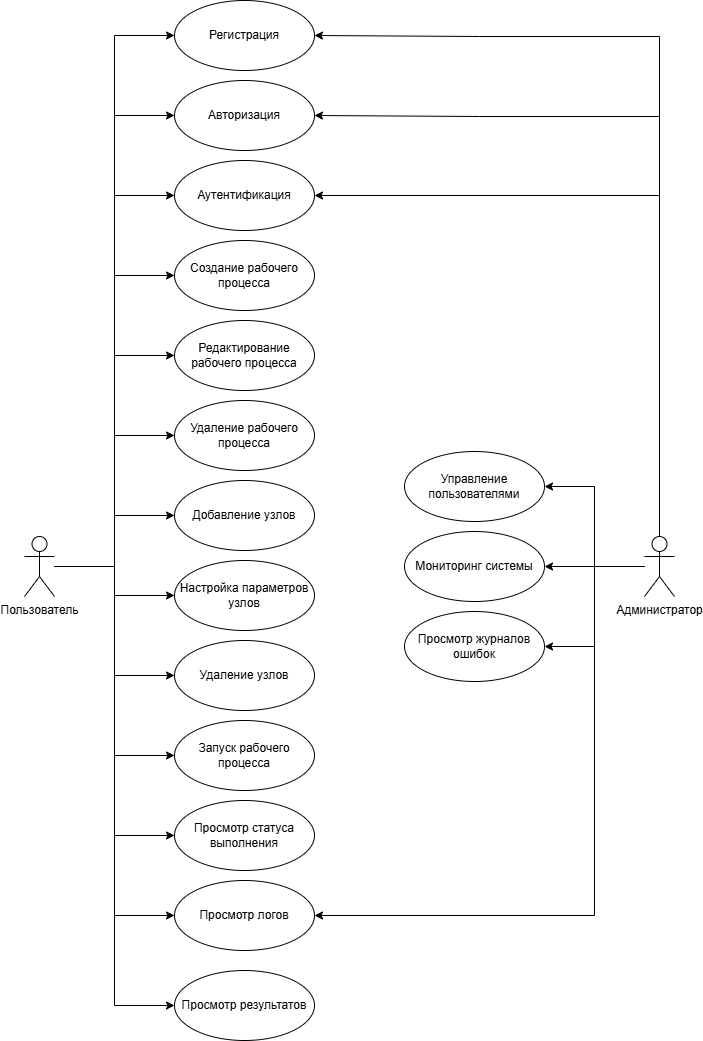
This is docs/UML_use_case.png from Michail19/FlowAct, a draw.io export, as it was before one commit. Source tidied: cells renumbered, new cells last; positions are measured from the earlier drawing's top-left corner, leaving out a move shared by most shapes.
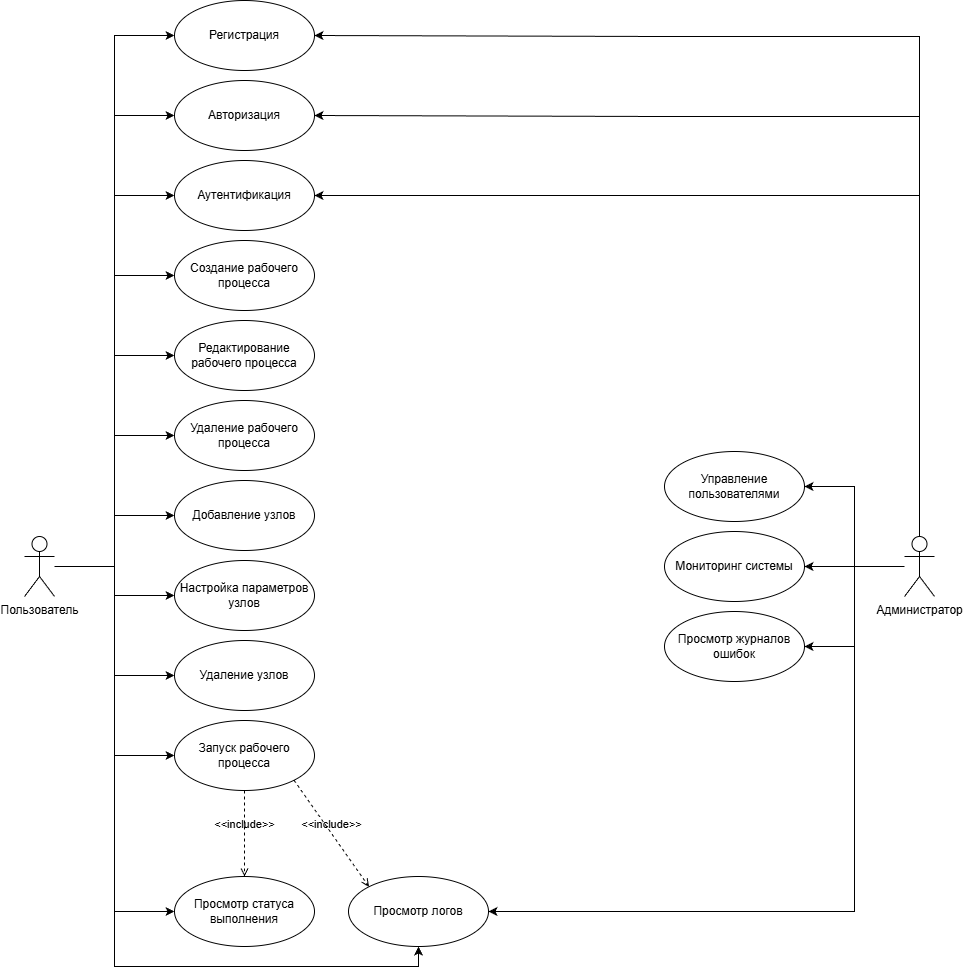
The same diagram one commit later.

What changed in the source:
```diff
@@ -35,12 +35,15 @@
     <mxCell id="12" style="edgeStyle=orthogonalEdgeStyle;rounded=0;jettySize=auto;html=1;entryX=0;entryY=0.5;entryDx=0;entryDy=0;" parent="1" edge="1" source="15" target="26">
       <mxGeometry relative="1" as="geometry" />
     </mxCell>
-    <mxCell id="13" style="edgeStyle=orthogonalEdgeStyle;rounded=0;jettySize=auto;html=1;entryX=0;entryY=0.5;entryDx=0;entryDy=0;" parent="1" edge="1" source="15" target="27">
-      <mxGeometry relative="1" as="geometry" />
+    <mxCell id="13" style="edgeStyle=orthogonalEdgeStyle;rounded=0;jettySize=auto;html=1;entryX=0.5;entryY=1;entryDx=0;entryDy=0;" parent="1" edge="1" source="15" target="27">
+      <mxGeometry relative="1" as="geometry">
+        <Array as="points">
+          <mxPoint x="90" y="566" />
+          <mxPoint x="90" y="966" />
+          <mxPoint x="394" y="966" />
+        </Array>
+      </mxGeometry>
     </mxCell>
-    <mxCell id="14" style="edgeStyle=orthogonalEdgeStyle;rounded=0;jettySize=auto;html=1;entryX=0;entryY=0.5;entryDx=0;entryDy=0;" parent="1" edge="1" source="15" target="28">
-      <mxGeometry relative="1" as="geometry" />
-    </mxCell>
     <mxCell id="15" value="Пользователь" style="shape=umlActor;verticalLabelPosition=bottom;verticalAlign=top;html=1;" parent="1" vertex="1">
       <mxGeometry y="536" width="30" height="60" as="geometry" />
     </mxCell>
@@ -75,28 +78,25 @@
       <mxGeometry x="150" y="720" width="140" height="70" as="geometry" />
     </mxCell>
     <mxCell id="26" value="Просмотр статуса выполнения" style="ellipse;whiteSpace=wrap;html=1;" parent="1" vertex="1">
-      <mxGeometry x="150" y="800" width="140" height="70" as="geometry" />
+      <mxGeometry x="150" y="876" width="140" height="70" as="geometry" />
     </mxCell>
     <mxCell id="27" value="Просмотр логов" style="ellipse;whiteSpace=wrap;html=1;" parent="1" vertex="1">
-      <mxGeometry x="150" y="880" width="140" height="70" as="geometry" />
+      <mxGeometry x="324" y="876" width="140" height="70" as="geometry" />
     </mxCell>
-    <mxCell id="28" value="Просмотр результатов" style="ellipse;whiteSpace=wrap;html=1;" parent="1" vertex="1">
-      <mxGeometry x="150" y="970" width="140" height="70" as="geometry" />
-    </mxCell>
     <mxCell id="29" value="Управление пользователями" style="ellipse;whiteSpace=wrap;html=1;" parent="1" vertex="1">
-      <mxGeometry x="380" y="451" width="140" height="70" as="geometry" />
+      <mxGeometry x="640" y="451" width="140" height="70" as="geometry" />
     </mxCell>
     <mxCell id="30" value="Мониторинг системы" style="ellipse;whiteSpace=wrap;html=1;" parent="1" vertex="1">
-      <mxGeometry x="380" y="531" width="140" height="70" as="geometry" />
+      <mxGeometry x="640" y="531" width="140" height="70" as="geometry" />
     </mxCell>
     <mxCell id="31" value="Просмотр журналов ошибок" style="ellipse;whiteSpace=wrap;html=1;" parent="1" vertex="1">
-      <mxGeometry x="380" y="611" width="140" height="70" as="geometry" />
+      <mxGeometry x="640" y="611" width="140" height="70" as="geometry" />
     </mxCell>
     <mxCell id="32" style="edgeStyle=orthogonalEdgeStyle;rounded=0;jettySize=auto;html=1;entryX=1;entryY=0.5;entryDx=0;entryDy=0;" parent="1" edge="1" source="39" target="29">
       <mxGeometry relative="1" as="geometry">
         <Array as="points">
-          <mxPoint x="570" y="566" />
-          <mxPoint x="570" y="486" />
+          <mxPoint x="830" y="566" />
+          <mxPoint x="830" y="486" />
         </Array>
       </mxGeometry>
     </mxCell>
@@ -106,8 +106,8 @@
     <mxCell id="34" style="edgeStyle=orthogonalEdgeStyle;rounded=0;jettySize=auto;html=1;entryX=1;entryY=0.5;entryDx=0;entryDy=0;" parent="1" edge="1" source="39" target="31">
       <mxGeometry relative="1" as="geometry">
         <Array as="points">
-          <mxPoint x="570" y="566" />
-          <mxPoint x="570" y="646" />
+          <mxPoint x="830" y="566" />
+          <mxPoint x="830" y="646" />
         </Array>
       </mxGeometry>
     </mxCell>
@@ -130,20 +130,26 @@
     <mxCell id="37" style="edgeStyle=orthogonalEdgeStyle;rounded=0;jettySize=auto;html=1;entryX=1;entryY=0.5;entryDx=0;entryDy=0;" parent="1" edge="1" source="39" target="18">
       <mxGeometry relative="1" as="geometry">
         <Array as="points">
-          <mxPoint x="635" y="195" />
+          <mxPoint x="895" y="195" />
         </Array>
       </mxGeometry>
     </mxCell>
     <mxCell id="38" style="edgeStyle=orthogonalEdgeStyle;rounded=0;jettySize=auto;html=1;entryX=1;entryY=0.5;entryDx=0;entryDy=0;" parent="1" edge="1" source="39" target="27">
       <mxGeometry relative="1" as="geometry">
         <Array as="points">
-          <mxPoint x="570" y="566" />
-          <mxPoint x="570" y="915" />
+          <mxPoint x="830" y="566" />
+          <mxPoint x="830" y="911" />
         </Array>
       </mxGeometry>
     </mxCell>
     <mxCell id="39" value="Администратор" style="shape=umlActor;verticalLabelPosition=bottom;verticalAlign=top;html=1;" parent="1" vertex="1">
-      <mxGeometry x="620" y="536" width="30" height="60" as="geometry" />
+      <mxGeometry x="880" y="536" width="30" height="60" as="geometry" />
     </mxCell>
+    <mxCell id="40" value="&amp;lt;&amp;lt;include&amp;gt;&amp;gt;" style="html=1;verticalAlign=bottom;labelBackgroundColor=none;endArrow=open;endFill=0;dashed=1;rounded=0;exitX=0.5;exitY=1;exitDx=0;exitDy=0;entryX=0.5;entryY=0;entryDx=0;entryDy=0;" parent="1" edge="1" source="25" target="26">
+      <mxGeometry relative="1" as="geometry" />
+    </mxCell>
+    <mxCell id="41" value="&amp;lt;&amp;lt;include&amp;gt;&amp;gt;" style="html=1;verticalAlign=bottom;labelBackgroundColor=none;endArrow=open;endFill=0;dashed=1;rounded=0;exitX=1;exitY=1;exitDx=0;exitDy=0;entryX=0;entryY=0;entryDx=0;entryDy=0;" parent="1" edge="1" source="25" target="27">
+      <mxGeometry relative="1" as="geometry" />
+    </mxCell>
   </root>
 </mxGraphModel>
```
